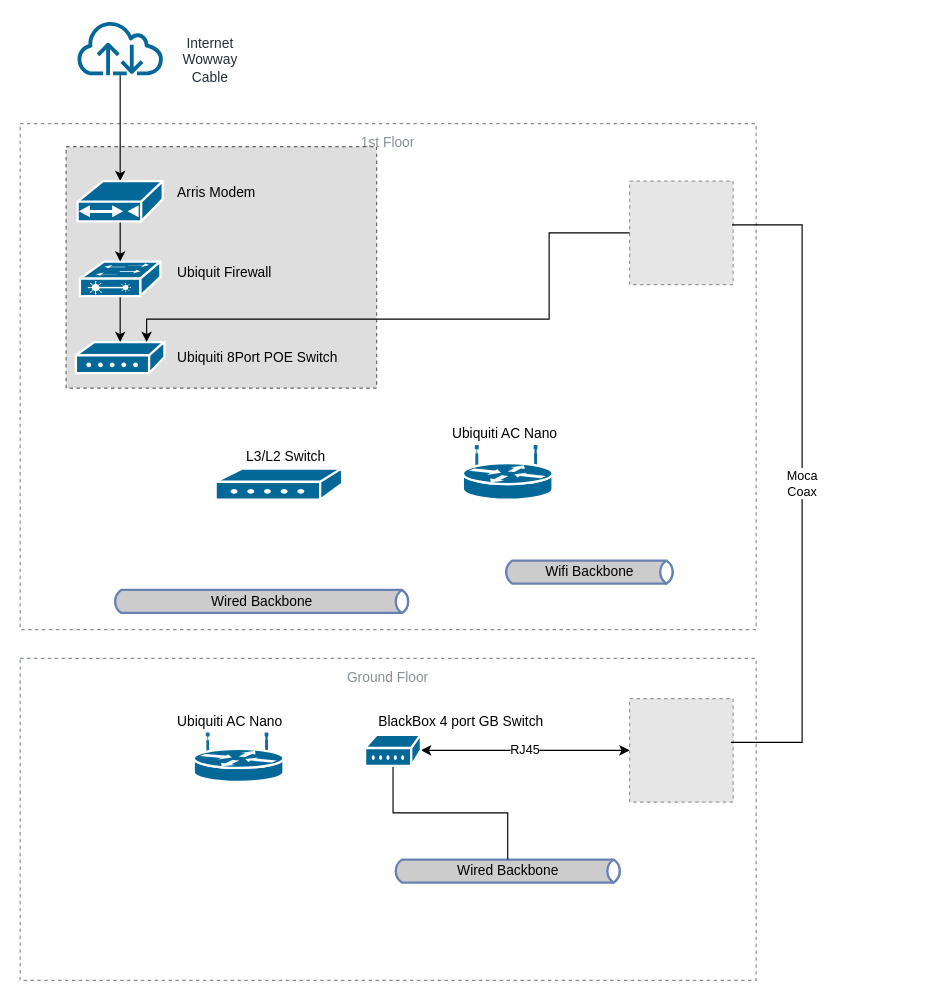
Before: DrawIO/HomeNetwork.drawio in josephlim75/technologies, a draw.io diagram. Source tidied: cells renumbered, new cells numbered last; positions are measured from the earlier drawing's top-left corner, leaving out a move shared by most shapes. Both pictures are drawn from the tidied source at 115%, with x=0, y=0 at pixel (20, 20). Pictures stored in the file or linked from it are replaced by grey dashed boxes.
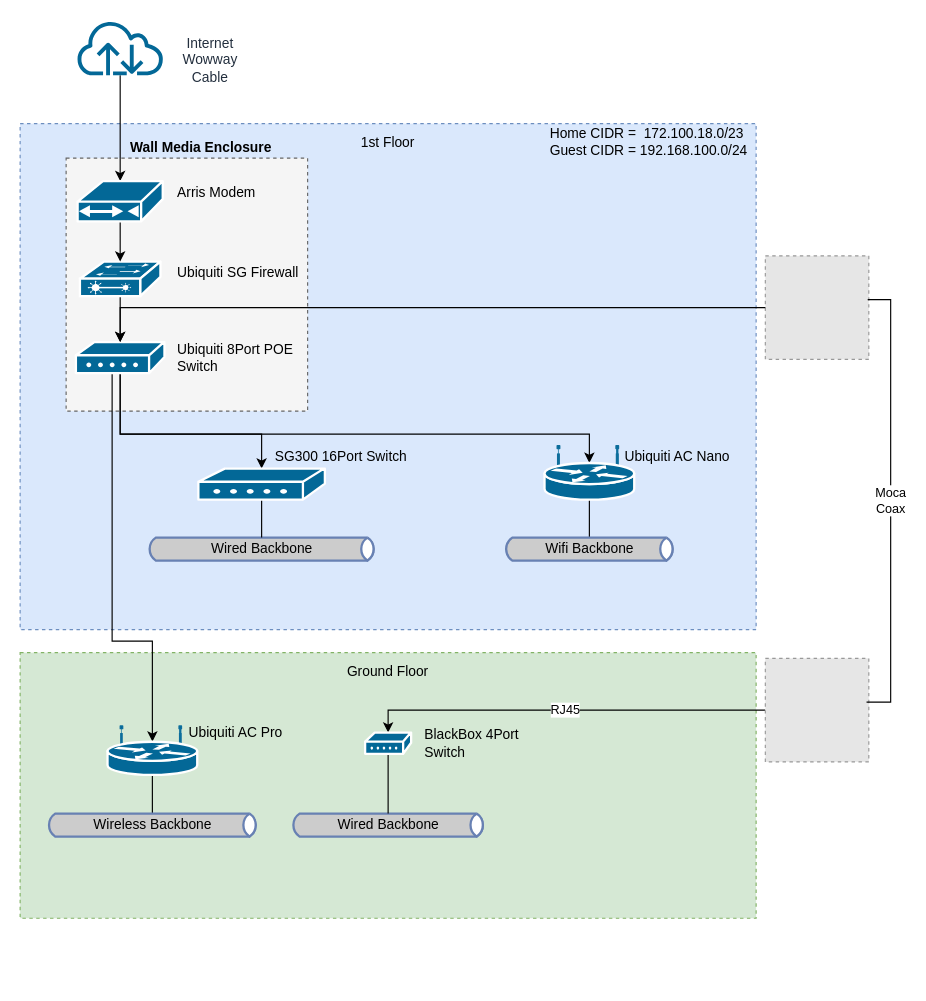
The same page after the edit.

Unchanged cells that the change refers to:
```xml
<mxCell id="6" style="shape=mxgraph.cisco.modems_and_phones.modem;html=1;dashed=0;fillColor=#036897;strokeColor=#ffffff;strokeWidth=2;verticalLabelPosition=bottom;verticalAlign=top;align=center;outlineConnect=0;" parent="1" vertex="1">
  <mxGeometry x="48.5" y="280" width="77" height="27" as="geometry" />
</mxCell>
```

Change to the diagram source:
```diff
@@
-    <mxCell id="2" value="Ground Floor" style="gradientColor=none;html=1;whiteSpace=wrap;fontSize=12;fontStyle=0;strokeColor=#879196;fillColor=none;verticalAlign=top;align=center;fontColor=#879196;dashed=1;spacingTop=3;" parent="1" vertex="1">
-      <mxGeometry y="555" width="640" height="280" as="geometry" />
+    <mxCell id="2" value="Ground Floor" style="html=1;whiteSpace=wrap;fontSize=12;fontStyle=0;strokeColor=#82b366;fillColor=#d5e8d4;verticalAlign=top;align=center;dashed=1;spacingTop=3;" parent="1" vertex="1">
+      <mxGeometry y="550" width="640" height="231" as="geometry" />
     </mxCell>
-    <mxCell id="3" value="1st Floor" style="gradientColor=none;html=1;whiteSpace=wrap;fontSize=12;fontStyle=0;strokeColor=#879196;fillColor=none;verticalAlign=top;align=center;fontColor=#879196;dashed=1;spacingTop=3;" parent="1" vertex="1">
+    <mxCell id="3" value="1st Floor" style="html=1;whiteSpace=wrap;fontSize=12;fontStyle=0;strokeColor=#6c8ebf;fillColor=#dae8fc;verticalAlign=top;align=center;dashed=1;spacingTop=3;" parent="1" vertex="1">
       <mxGeometry y="90" width="640" height="440" as="geometry" />
     </mxCell>
-    <mxCell id="4" style="rounded=0;whiteSpace=wrap;html=1;fillColor=#DEDEDE;dashed=1;strokeColor=#666666;" parent="1" vertex="1">
-      <mxGeometry x="40" y="110" width="270" height="210" as="geometry" />
+    <mxCell id="4" style="rounded=0;whiteSpace=wrap;html=1;fillColor=#f5f5f5;dashed=1;strokeColor=#666666;fontColor=#333333;" parent="1" vertex="1">
+      <mxGeometry x="40" y="120" width="210" height="220" as="geometry" />
     </mxCell>
     <mxCell id="5" style="fillColor=#E6E6E6;strokeColor=#999999;dashed=1;verticalLabelPosition=bottom;labelBackgroundColor=#ffffff;verticalAlign=top;rotation=-180;" parent="1" vertex="1">
-      <mxGeometry x="530" y="140" width="90" height="90" as="geometry" />
+      <mxGeometry x="648" y="205" width="90" height="90" as="geometry" />
     </mxCell>
+    <mxCell id="33" style="edgeStyle=orthogonalEdgeStyle;rounded=0;jettySize=auto;html=1;entryX=0.5;entryY=0;entryDx=0;entryDy=0;entryPerimeter=0;strokeWidth=1;" parent="1" edge="1" source="6" target="30">
+      <mxGeometry relative="1" as="geometry">
+        <Array as="points">
+          <mxPoint x="87" y="360" />
+          <mxPoint x="210" y="360" />
+        </Array>
+      </mxGeometry>
+    </mxCell>
+    <mxCell id="34" style="edgeStyle=orthogonalEdgeStyle;rounded=0;jettySize=auto;html=1;entryX=0.5;entryY=0.32;entryDx=0;entryDy=0;entryPerimeter=0;strokeWidth=1;exitX=0.5;exitY=1;exitDx=0;exitDy=0;exitPerimeter=0;" parent="1" edge="1" source="6" target="7">
+      <mxGeometry relative="1" as="geometry">
+        <Array as="points">
+          <mxPoint x="87" y="360" />
+          <mxPoint x="495" y="360" />
+        </Array>
+      </mxGeometry>
+    </mxCell>
@@
+    <mxCell id="35" style="edgeStyle=orthogonalEdgeStyle;rounded=0;jettySize=auto;html=1;endArrow=none;endFill=0;" parent="1" edge="1" source="7" target="19">
+      <mxGeometry relative="1" as="geometry" />
+    </mxCell>
     <mxCell id="7" style="shape=mxgraph.cisco.routers.wireless_router;html=1;dashed=0;fillColor=#036897;strokeColor=#ffffff;strokeWidth=2;verticalLabelPosition=bottom;verticalAlign=top;align=center;outlineConnect=0;" parent="1" vertex="1">
-      <mxGeometry x="385" y="370" width="78" height="47" as="geometry" />
+      <mxGeometry x="456" y="370" width="78" height="47" as="geometry" />
     </mxCell>
@@
-    <mxCell id="10" value="L3/L2 Switch" style="text;html=1;align=left;verticalAlign=middle;fillColor=none;strokeColor=none;rounded=0;" parent="1" vertex="1">
-      <mxGeometry x="195" y="370" width="80" height="20" as="geometry" />
+    <mxCell id="10" value="SG300 16Port Switch" style="text;html=1;align=left;verticalAlign=middle;fillColor=none;strokeColor=none;rounded=0;" parent="1" vertex="1">
+      <mxGeometry x="220" y="370" width="130" height="20" as="geometry" />
     </mxCell>
-    <mxCell id="11" value="Ubiquiti 8Port POE Switch" style="text;html=1;align=left;verticalAlign=middle;fillColor=none;strokeColor=none;rounded=0;" parent="1" vertex="1">
-      <mxGeometry x="135" y="283.5" width="150" height="20" as="geometry" />
+    <mxCell id="11" value="Ubiquiti 8Port POE&lt;br&gt;Switch" style="text;html=1;align=left;verticalAlign=middle;fillColor=none;strokeColor=none;rounded=0;" parent="1" vertex="1">
+      <mxGeometry x="135" y="278.5" width="120" height="30" as="geometry" />
     </mxCell>
-    <mxCell id="12" value="RJ45" style="edgeStyle=orthogonalEdgeStyle;rounded=0;jettySize=auto;html=1;entryX=1;entryY=0.5;entryDx=0;entryDy=0;entryPerimeter=0;startArrow=classic;startFill=1;" parent="1" edge="1" source="13" target="22">
-      <mxGeometry relative="1" as="geometry" />
+    <mxCell id="12" value="RJ45" style="edgeStyle=orthogonalEdgeStyle;rounded=0;jettySize=auto;html=1;startArrow=none;startFill=0;entryX=0.5;entryY=0;entryDx=0;entryDy=0;entryPerimeter=0;" parent="1" edge="1" source="13" target="22">
+      <mxGeometry relative="1" as="geometry">
+        <Array as="points">
+          <mxPoint x="320" y="600" />
+          <mxPoint x="320" y="619" />
+        </Array>
+      </mxGeometry>
     </mxCell>
     <mxCell id="13" style="fillColor=#E6E6E6;strokeColor=#999999;dashed=1;verticalLabelPosition=bottom;labelBackgroundColor=#ffffff;verticalAlign=top;rotation=-180;" parent="1" vertex="1">
-      <mxGeometry x="530" y="590" width="90" height="90" as="geometry" />
+      <mxGeometry x="648" y="555" width="90" height="90" as="geometry" />
     </mxCell>
     <mxCell id="14" value="Moca&lt;br&gt;Coax" style="edgeStyle=orthogonalEdgeStyle;rounded=0;jettySize=auto;html=1;exitX=0.011;exitY=0.578;exitDx=0;exitDy=0;exitPerimeter=0;endArrow=none;endFill=0;entryX=0.022;entryY=0.578;entryDx=0;entryDy=0;entryPerimeter=0;" parent="1" edge="1" source="5" target="13">
       <mxGeometry relative="1" as="geometry">
         <Array as="points">
-          <mxPoint x="680" y="178" />
-          <mxPoint x="680" y="628" />
+          <mxPoint x="757" y="243" />
+          <mxPoint x="757" y="593" />
         </Array>
       </mxGeometry>
     </mxCell>
-    <mxCell id="15" value="BlackBox 4 port GB Switch" style="text;html=1;align=left;verticalAlign=middle;fillColor=none;strokeColor=none;rounded=0;" parent="1" vertex="1">
-      <mxGeometry x="310" y="600" width="160" height="20" as="geometry" />
+    <mxCell id="15" value="BlackBox 4Port&lt;br&gt;Switch" style="text;html=1;align=left;verticalAlign=middle;fillColor=none;strokeColor=none;rounded=0;" parent="1" vertex="1">
+      <mxGeometry x="350" y="613.8" width="100" height="30" as="geometry" />
     </mxCell>
@@
     <mxCell id="17" value="&lt;font color=&quot;#000000&quot;&gt;Wired Backbone&lt;/font&gt;" style="html=1;outlineConnect=0;fillColor=#CCCCCC;strokeColor=#6881B3;gradientColor=none;gradientDirection=north;strokeWidth=2;shape=mxgraph.networks.bus;gradientColor=none;gradientDirection=north;fontColor=#ffffff;perimeter=backbonePerimeter;backboneSize=20;align=center;" parent="1" vertex="1">
-      <mxGeometry x="324" y="730" width="200" height="20" as="geometry" />
+      <mxGeometry x="235" y="690" width="170" height="20" as="geometry" />
     </mxCell>
+    <mxCell id="36" style="edgeStyle=orthogonalEdgeStyle;rounded=0;jettySize=auto;html=1;entryX=0.5;entryY=0.32;entryDx=0;entryDy=0;entryPerimeter=0;" parent="1" edge="1" target="26">
+      <mxGeometry relative="1" as="geometry">
+        <mxPoint x="80" y="308" as="sourcePoint" />
+        <Array as="points">
+          <mxPoint x="80" y="308" />
+          <mxPoint x="80" y="540" />
+          <mxPoint x="115" y="540" />
+        </Array>
+      </mxGeometry>
+    </mxCell>
     <mxCell id="18" value="&lt;font color=&quot;#000000&quot;&gt;Wired Backbone&lt;/font&gt;" style="html=1;outlineConnect=0;fillColor=#CCCCCC;strokeColor=#6881B3;gradientColor=none;gradientDirection=north;strokeWidth=2;shape=mxgraph.networks.bus;gradientColor=none;gradientDirection=north;fontColor=#ffffff;perimeter=backbonePerimeter;backboneSize=20;align=center;" parent="1" vertex="1">
-      <mxGeometry x="80" y="495.5" width="260" height="20" as="geometry" />
+      <mxGeometry x="110" y="450" width="200" height="20" as="geometry" />
     </mxCell>
     <mxCell id="19" value="&lt;font color=&quot;#000000&quot;&gt;Wifi Backbone&lt;/font&gt;" style="html=1;outlineConnect=0;fillColor=#CCCCCC;strokeColor=#6881B3;gradientColor=none;gradientDirection=north;strokeWidth=2;shape=mxgraph.networks.bus;gradientColor=none;gradientDirection=north;fontColor=#ffffff;perimeter=backbonePerimeter;backboneSize=20;align=center;" parent="1" vertex="1">
-      <mxGeometry x="420" y="470" width="150" height="20" as="geometry" />
+      <mxGeometry x="420" y="450" width="150" height="20" as="geometry" />
     </mxCell>
@@
     <mxCell id="22" style="shape=mxgraph.cisco.modems_and_phones.modem;html=1;dashed=0;fillColor=#036897;strokeColor=#ffffff;strokeWidth=2;verticalLabelPosition=bottom;verticalAlign=top;align=center;outlineConnect=0;" parent="1" vertex="1">
-      <mxGeometry x="300" y="621.5" width="48.5" height="27" as="geometry" />
+      <mxGeometry x="300" y="619.5" width="40" height="18.5" as="geometry" />
     </mxCell>
     <mxCell id="23" style="edgeStyle=orthogonalEdgeStyle;rounded=0;jettySize=auto;html=1;exitX=1;exitY=0.5;exitDx=0;exitDy=0;" parent="1" edge="1" source="5" target="6">
       <mxGeometry relative="1" as="geometry">
         <Array as="points">
-          <mxPoint x="460" y="185" />
-          <mxPoint x="460" y="260" />
-          <mxPoint x="110" y="260" />
+          <mxPoint x="524" y="250" />
+          <mxPoint x="110" y="250" />
         </Array>
       </mxGeometry>
     </mxCell>
@@
+    <mxCell id="37" style="edgeStyle=orthogonalEdgeStyle;rounded=0;jettySize=auto;html=1;startArrow=none;startFill=0;endArrow=none;endFill=0;strokeWidth=1;" parent="1" edge="1" source="26" target="39">
+      <mxGeometry relative="1" as="geometry" />
+    </mxCell>
     <mxCell id="26" style="shape=mxgraph.cisco.routers.wireless_router;html=1;dashed=0;fillColor=#036897;strokeColor=#ffffff;strokeWidth=2;verticalLabelPosition=bottom;verticalAlign=top;align=center;outlineConnect=0;" parent="1" vertex="1">
-      <mxGeometry x="151" y="620" width="78" height="42.5" as="geometry" />
+      <mxGeometry x="76" y="613.8" width="78" height="42.5" as="geometry" />
     </mxCell>
@@
-    <mxCell id="29" value="Ubiquit Firewall" style="text;html=1;align=left;verticalAlign=middle;fillColor=none;strokeColor=none;rounded=0;" parent="1" vertex="1">
-      <mxGeometry x="135" y="210" width="100" height="20" as="geometry" />
+    <mxCell id="29" value="Ubiquiti SG Firewall" style="text;html=1;align=left;verticalAlign=middle;fillColor=none;strokeColor=none;rounded=0;" parent="1" vertex="1">
+      <mxGeometry x="135" y="210" width="120" height="20" as="geometry" />
     </mxCell>
+    <mxCell id="38" style="edgeStyle=orthogonalEdgeStyle;rounded=0;jettySize=auto;html=1;endArrow=none;endFill=0;" parent="1" edge="1" source="30" target="18">
+      <mxGeometry relative="1" as="geometry" />
+    </mxCell>
     <mxCell id="30" style="shape=mxgraph.cisco.modems_and_phones.modem;html=1;dashed=0;fillColor=#036897;strokeColor=#ffffff;strokeWidth=2;verticalLabelPosition=bottom;verticalAlign=top;align=center;outlineConnect=0;" parent="1" vertex="1">
-      <mxGeometry x="170" y="390" width="110" height="27" as="geometry" />
+      <mxGeometry x="155" y="390" width="110" height="27" as="geometry" />
     </mxCell>
     <mxCell id="31" value="Ubiquiti AC Nano" style="text;html=1;align=left;verticalAlign=middle;fillColor=none;strokeColor=none;rounded=0;" parent="1" vertex="1">
-      <mxGeometry x="374" y="350" width="110" height="20" as="geometry" />
+      <mxGeometry x="524" y="370" width="110" height="20" as="geometry" />
     </mxCell>
-    <mxCell id="32" value="Ubiquiti AC Nano" style="text;html=1;align=left;verticalAlign=middle;fillColor=none;strokeColor=none;rounded=0;" parent="1" vertex="1">
-      <mxGeometry x="135" y="600" width="110" height="20" as="geometry" />
+    <mxCell id="32" value="Ubiquiti AC Pro" style="text;html=1;align=left;verticalAlign=middle;fillColor=none;strokeColor=none;rounded=0;" parent="1" vertex="1">
+      <mxGeometry x="145" y="610" width="100" height="20" as="geometry" />
     </mxCell>
+    <mxCell id="39" value="&lt;font color=&quot;#000000&quot;&gt;Wireless Backbone&lt;/font&gt;" style="html=1;outlineConnect=0;fillColor=#CCCCCC;strokeColor=#6881B3;gradientColor=none;gradientDirection=north;strokeWidth=2;shape=mxgraph.networks.bus;gradientColor=none;gradientDirection=north;fontColor=#ffffff;perimeter=backbonePerimeter;backboneSize=20;align=center;" parent="1" vertex="1">
+      <mxGeometry x="22.5" y="690" width="185" height="20" as="geometry" />
+    </mxCell>
+    <mxCell id="40" value="Wall Media Enclosure" style="text;html=1;align=left;verticalAlign=middle;fillColor=none;strokeColor=none;rounded=0;fontStyle=1;" parent="1" vertex="1">
+      <mxGeometry x="94" y="102" width="133" height="18" as="geometry" />
+    </mxCell>
+    <mxCell id="41" value="Home CIDR =&amp;nbsp; 172.100.18.0/23&lt;br&gt;Guest CIDR = 192.168.100.0/24" style="text;html=1;align=left;verticalAlign=middle;fillColor=none;strokeColor=none;rounded=0;" parent="1" vertex="1">
+      <mxGeometry x="459" y="90" width="182" height="32" as="geometry" />
+    </mxCell>
```
